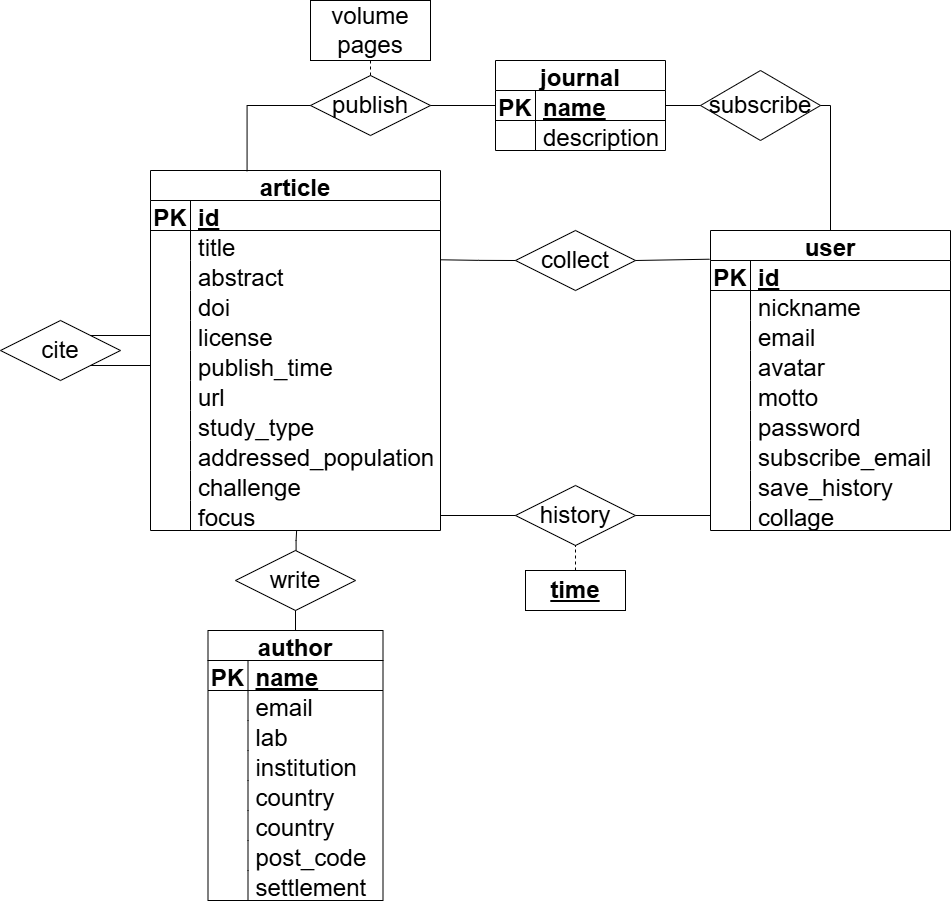
This is 数据库系统及应用/project/img/ER.png from llipengda/latex, a draw.io export, as it was before one commit. Source tidied: cells renumbered, new cells last; positions are measured from the earlier drawing's top-left corner, leaving out a move shared by most shapes.
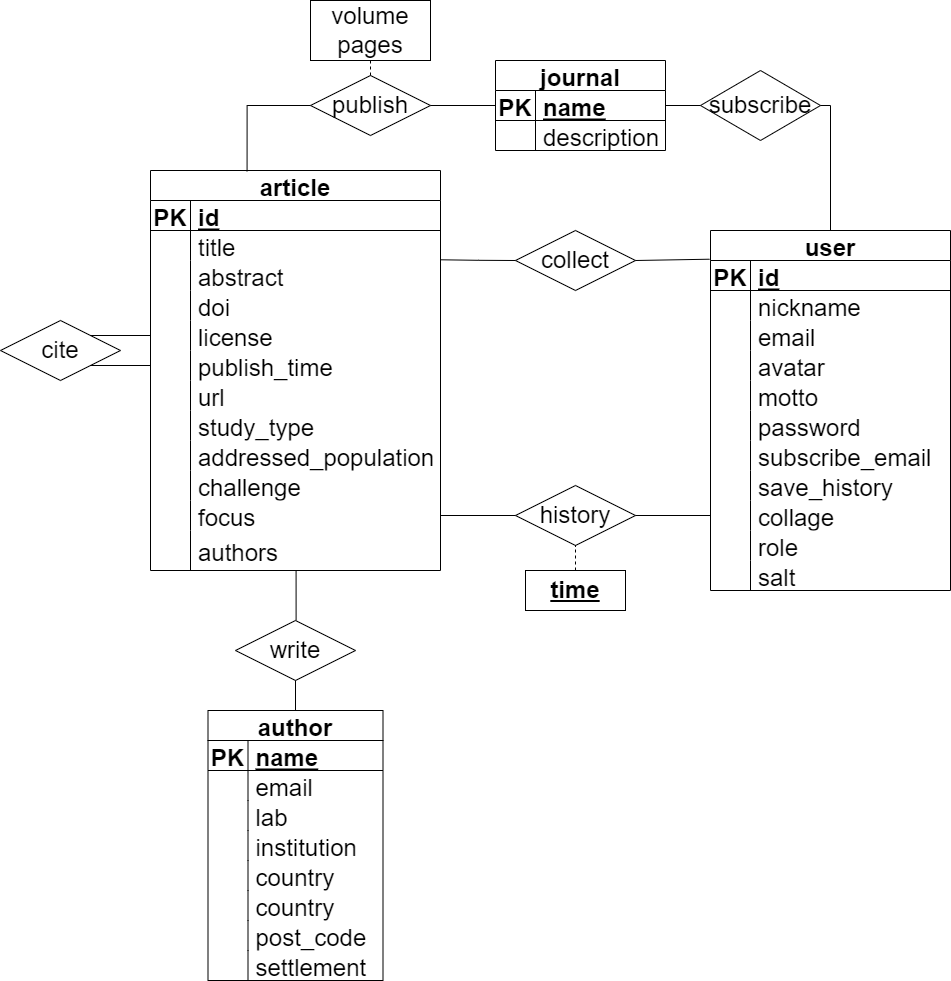
The same diagram one commit later.

The edit, as a diff of the source:
```diff
@@ -3,7 +3,7 @@
     <mxCell id="0" />
     <mxCell id="1" parent="0" />
     <mxCell id="2" value="article" style="shape=table;startSize=30;rowLines=0;fontStyle=1;align=center;fontSize=24;" parent="1" vertex="1">
-      <mxGeometry x="150" y="170" width="290" height="360" as="geometry" />
+      <mxGeometry x="150" y="170" width="290" height="400" as="geometry" />
     </mxCell>
     <mxCell id="3" style="shape=tableRow;horizontal=0;startSize=0;swimlaneHead=0;swimlaneBody=0;fillColor=none;strokeColor=inherit;top=0;left=0;right=0;bottom=1;fontSize=24;" parent="2" vertex="1">
       <mxGeometry y="30" width="290" height="30" as="geometry" />
@@ -104,8 +104,17 @@
     <mxCell id="35" value="focus" style="shape=partialRectangle;fillColor=none;top=0;left=0;bottom=0;right=0;align=left;spacingLeft=6;overflow=hidden;fontSize=24;" parent="33" vertex="1">
       <mxGeometry x="40" width="250" height="30" as="geometry" />
     </mxCell>
+    <mxCell id="118" style="shape=tableRow;horizontal=0;startSize=0;swimlaneHead=0;swimlaneBody=0;fillColor=none;points=[[0,0.5],[1,0.5]];portConstraint=eastwest;top=0;left=0;right=0;bottom=0;" parent="2" vertex="1">
+      <mxGeometry y="360" width="290" height="40" as="geometry" />
+    </mxCell>
+    <mxCell id="119" style="shape=partialRectangle;fillColor=none;top=0;left=0;bottom=0;right=0;overflow=hidden;" parent="118" vertex="1">
+      <mxGeometry width="40" height="40" as="geometry" />
+    </mxCell>
+    <mxCell id="120" value="authors" style="shape=partialRectangle;fillColor=none;top=0;left=0;bottom=0;right=0;align=left;spacingLeft=6;overflow=hidden;fontSize=24;" parent="118" vertex="1">
+      <mxGeometry x="40" width="250" height="40" as="geometry" />
+    </mxCell>
     <mxCell id="36" value="author" style="shape=table;startSize=30;rowLines=0;fontStyle=1;align=center;fontSize=24;" parent="1" vertex="1">
-      <mxGeometry x="207.5" y="630" width="175" height="270" as="geometry" />
+      <mxGeometry x="207.5" y="710" width="175" height="270" as="geometry" />
     </mxCell>
     <mxCell id="37" style="shape=tableRow;horizontal=0;startSize=0;swimlaneHead=0;swimlaneBody=0;fillColor=none;strokeColor=inherit;top=0;left=0;right=0;bottom=1;fontSize=24;" parent="36" vertex="1">
       <mxGeometry y="30" width="175" height="30" as="geometry" />
@@ -201,7 +210,7 @@
       <mxGeometry x="40" width="130" height="30" as="geometry" />
     </mxCell>
     <mxCell id="68" value="user" style="shape=table;startSize=30;rowLines=0;fontStyle=1;align=center;fontSize=24;" parent="1" vertex="1">
-      <mxGeometry x="710" y="230" width="240" height="300" as="geometry" />
+      <mxGeometry x="710" y="230" width="240" height="360" as="geometry" />
     </mxCell>
     <mxCell id="69" style="shape=tableRow;horizontal=0;startSize=0;swimlaneHead=0;swimlaneBody=0;fillColor=none;points=[[0,0.5],[1,0.5]];portConstraint=eastwest;strokeColor=inherit;top=0;left=0;right=0;bottom=1;fontSize=24;" parent="68" vertex="1">
       <mxGeometry y="30" width="240" height="30" as="geometry" />
@@ -284,6 +293,24 @@
     <mxCell id="95" value="collage" style="shape=partialRectangle;fillColor=none;top=0;left=0;bottom=0;right=0;align=left;spacingLeft=6;overflow=hidden;fontSize=24;" parent="93" vertex="1">
       <mxGeometry x="40" width="200" height="30" as="geometry" />
     </mxCell>
+    <mxCell id="121" style="shape=tableRow;horizontal=0;startSize=0;swimlaneHead=0;swimlaneBody=0;fillColor=none;top=0;left=0;right=0;bottom=0;" parent="68" vertex="1">
+      <mxGeometry y="300" width="240" height="30" as="geometry" />
+    </mxCell>
+    <mxCell id="122" style="shape=partialRectangle;fillColor=none;top=0;left=0;bottom=0;right=0;overflow=hidden;" parent="121" vertex="1">
+      <mxGeometry width="40" height="30" as="geometry" />
+    </mxCell>
+    <mxCell id="123" value="role" style="shape=partialRectangle;fillColor=none;top=0;left=0;bottom=0;right=0;align=left;spacingLeft=6;overflow=hidden;fontSize=24;" parent="121" vertex="1">
+      <mxGeometry x="40" width="200" height="30" as="geometry" />
+    </mxCell>
+    <mxCell id="124" style="shape=tableRow;horizontal=0;startSize=0;swimlaneHead=0;swimlaneBody=0;fillColor=none;top=0;left=0;right=0;bottom=0;" parent="68" vertex="1">
+      <mxGeometry y="330" width="240" height="30" as="geometry" />
+    </mxCell>
+    <mxCell id="125" style="shape=partialRectangle;fillColor=none;top=0;left=0;bottom=0;right=0;overflow=hidden;" parent="124" vertex="1">
+      <mxGeometry width="40" height="30" as="geometry" />
+    </mxCell>
+    <mxCell id="126" value="salt" style="shape=partialRectangle;fillColor=none;top=0;left=0;bottom=0;right=0;align=left;spacingLeft=6;overflow=hidden;fontSize=24;" parent="124" vertex="1">
+      <mxGeometry x="40" width="200" height="30" as="geometry" />
+    </mxCell>
     <mxCell id="96" value="collect" style="shape=rhombus;perimeter=rhombusPerimeter;whiteSpace=wrap;html=1;align=center;fontSize=24;" parent="1" vertex="1">
       <mxGeometry x="515" y="230" width="120" height="60" as="geometry" />
     </mxCell>
@@ -333,9 +360,9 @@
       <mxGeometry relative="1" as="geometry" />
     </mxCell>
     <mxCell id="112" value="write" style="shape=rhombus;perimeter=rhombusPerimeter;whiteSpace=wrap;html=1;align=center;fontSize=24;" parent="1" vertex="1">
-      <mxGeometry x="235" y="550" width="120" height="60" as="geometry" />
+      <mxGeometry x="235" y="620" width="120" height="60" as="geometry" />
     </mxCell>
-    <mxCell id="113" style="endArrow=none;html=1;rounded=0;edgeStyle=orthogonalEdgeStyle;entryX=0.504;entryY=0.986;entryDx=0;entryDy=0;entryPerimeter=0;exitX=0.505;exitY=0;exitDx=0;exitDy=0;exitPerimeter=0;fontSize=24;" parent="1" edge="1" source="112" target="33">
+    <mxCell id="113" style="endArrow=none;html=1;rounded=0;edgeStyle=orthogonalEdgeStyle;entryX=0.502;entryY=1;entryDx=0;entryDy=0;entryPerimeter=0;exitX=0.505;exitY=0;exitDx=0;exitDy=0;exitPerimeter=0;fontSize=24;" parent="1" edge="1" source="112" target="118">
       <mxGeometry relative="1" as="geometry" />
     </mxCell>
     <mxCell id="114" style="endArrow=none;html=1;rounded=0;edgeStyle=orthogonalEdgeStyle;entryX=0.5;entryY=1;entryDx=0;entryDy=0;exitX=0.5;exitY=0;exitDx=0;exitDy=0;fontSize=24;" parent="1" edge="1" source="36" target="112">
```
